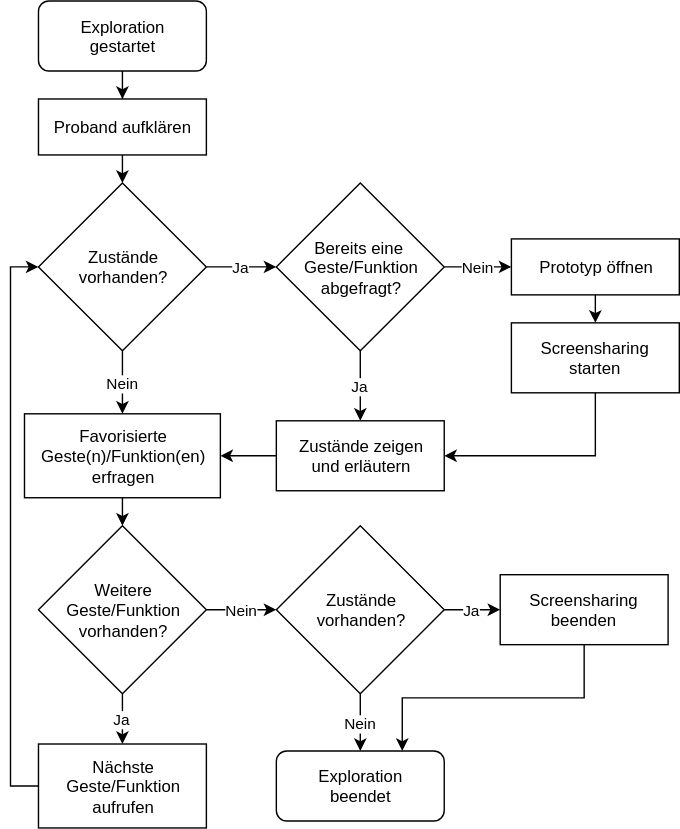
Earlier version of the draw.io export img/de/introduction/study-preview/exploration.svg (danielkuenkel/gesturenote). Source tidied: cells renumbered, new cells last; positions are measured from the earlier drawing's top-left corner, leaving out a move shared by most shapes.
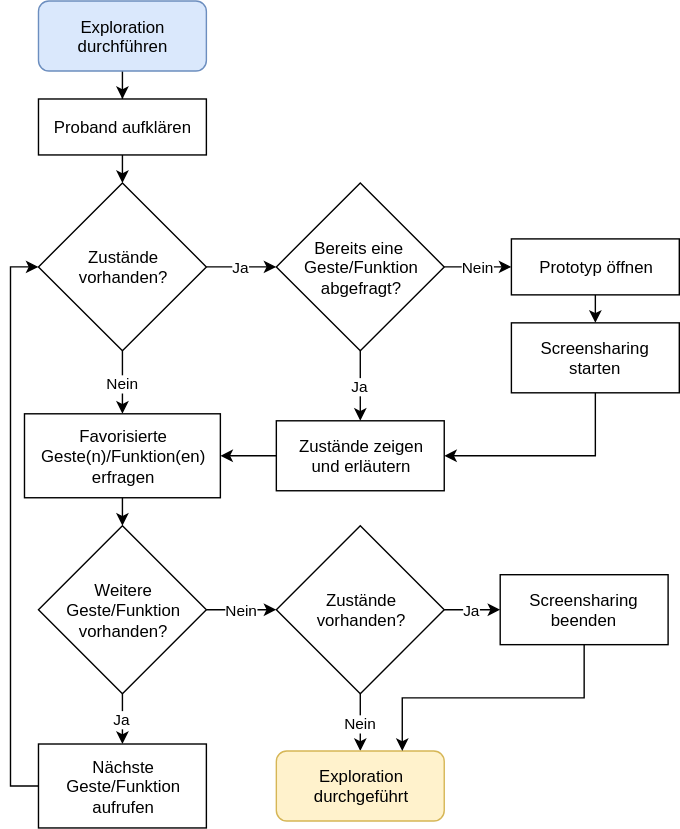
Later version of the same file.

Diff of the diagram source:
```diff
@@ -5,7 +5,7 @@
     <mxCell id="2" style="edgeStyle=orthogonalEdgeStyle;rounded=0;comic=0;html=1;shadow=0;jettySize=auto;" parent="1" edge="1" source="3" target="5">
       <mxGeometry relative="1" as="geometry" />
     </mxCell>
-    <mxCell id="3" value="Exploration&lt;div&gt;gestartet&lt;/div&gt;" style="rounded=1;whiteSpace=wrap;html=1;" parent="1" vertex="1">
+    <mxCell id="3" value="Exploration&lt;div&gt;durchführen&lt;/div&gt;" style="rounded=1;whiteSpace=wrap;html=1;fillColor=#dae8fc;strokeColor=#6c8ebf;" parent="1" vertex="1">
       <mxGeometry x="10" width="120" height="50" as="geometry" />
     </mxCell>
     <mxCell id="4" style="edgeStyle=orthogonalEdgeStyle;rounded=0;comic=0;html=1;exitX=0.5;exitY=1;entryX=0.5;entryY=0;shadow=0;jettySize=auto;" parent="1" edge="1" source="5" target="8">
@@ -65,7 +65,7 @@
     <mxCell id="22" value="Zustände&lt;div&gt;vorhanden?&lt;/div&gt;" style="rhombus;whiteSpace=wrap;html=1;" parent="1" vertex="1">
       <mxGeometry x="180" y="375" width="120" height="120" as="geometry" />
     </mxCell>
-    <mxCell id="23" value="Exploration&lt;div&gt;beendet&lt;/div&gt;" style="rounded=1;whiteSpace=wrap;html=1;" parent="1" vertex="1">
+    <mxCell id="23" value="Exploration&lt;div&gt;durchgeführt&lt;/div&gt;" style="rounded=1;whiteSpace=wrap;html=1;fillColor=#fff2cc;strokeColor=#d6b656;" parent="1" vertex="1">
       <mxGeometry x="180" y="536" width="120" height="50" as="geometry" />
     </mxCell>
     <mxCell id="24" style="edgeStyle=orthogonalEdgeStyle;rounded=0;comic=0;html=1;exitX=0.5;exitY=1;entryX=0.75;entryY=0;shadow=0;jettySize=auto;" parent="1" edge="1" source="25" target="23">
```
